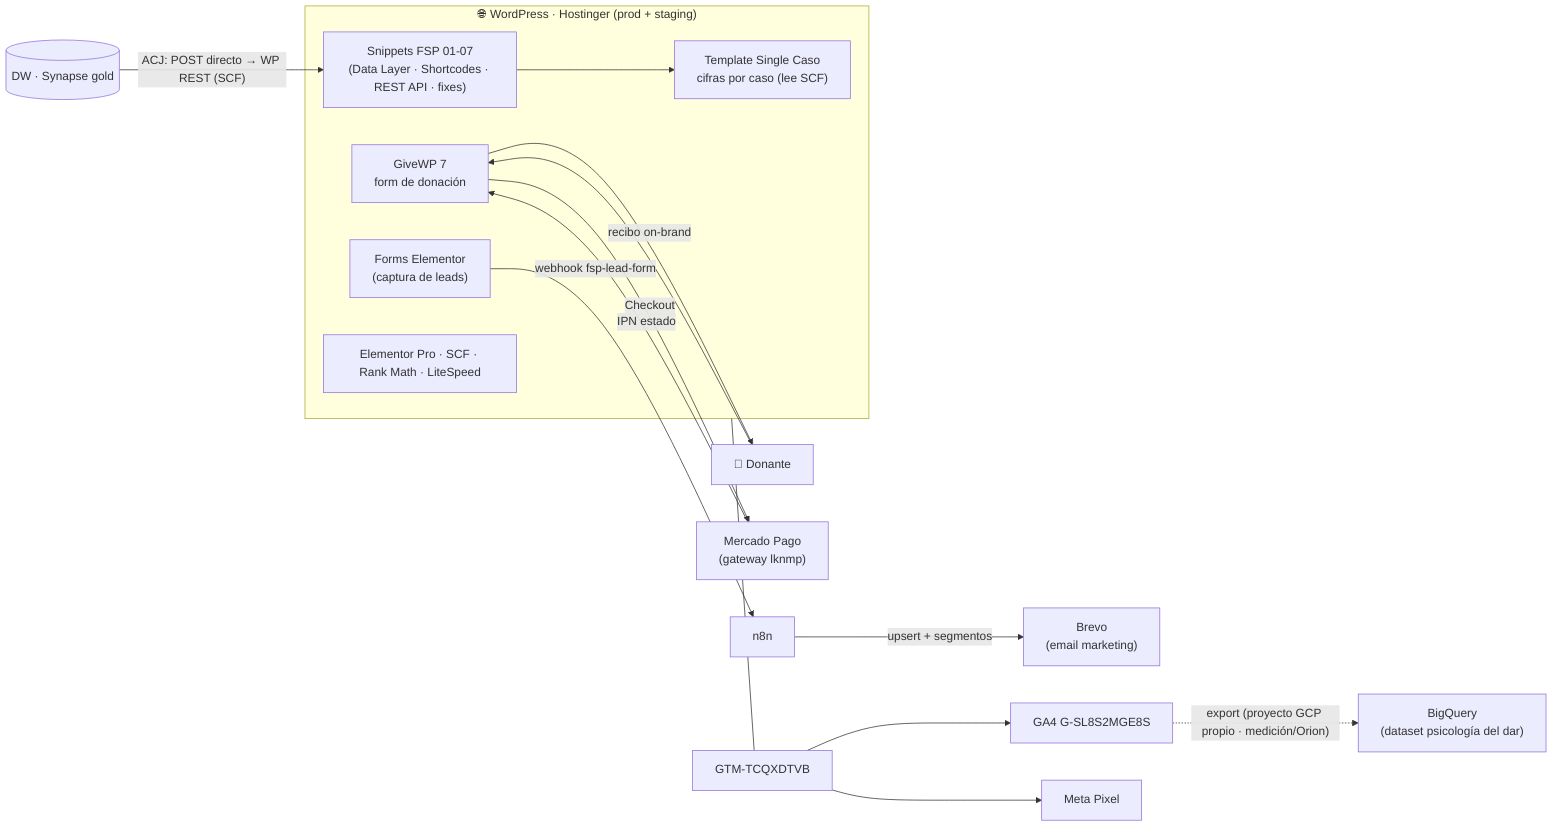
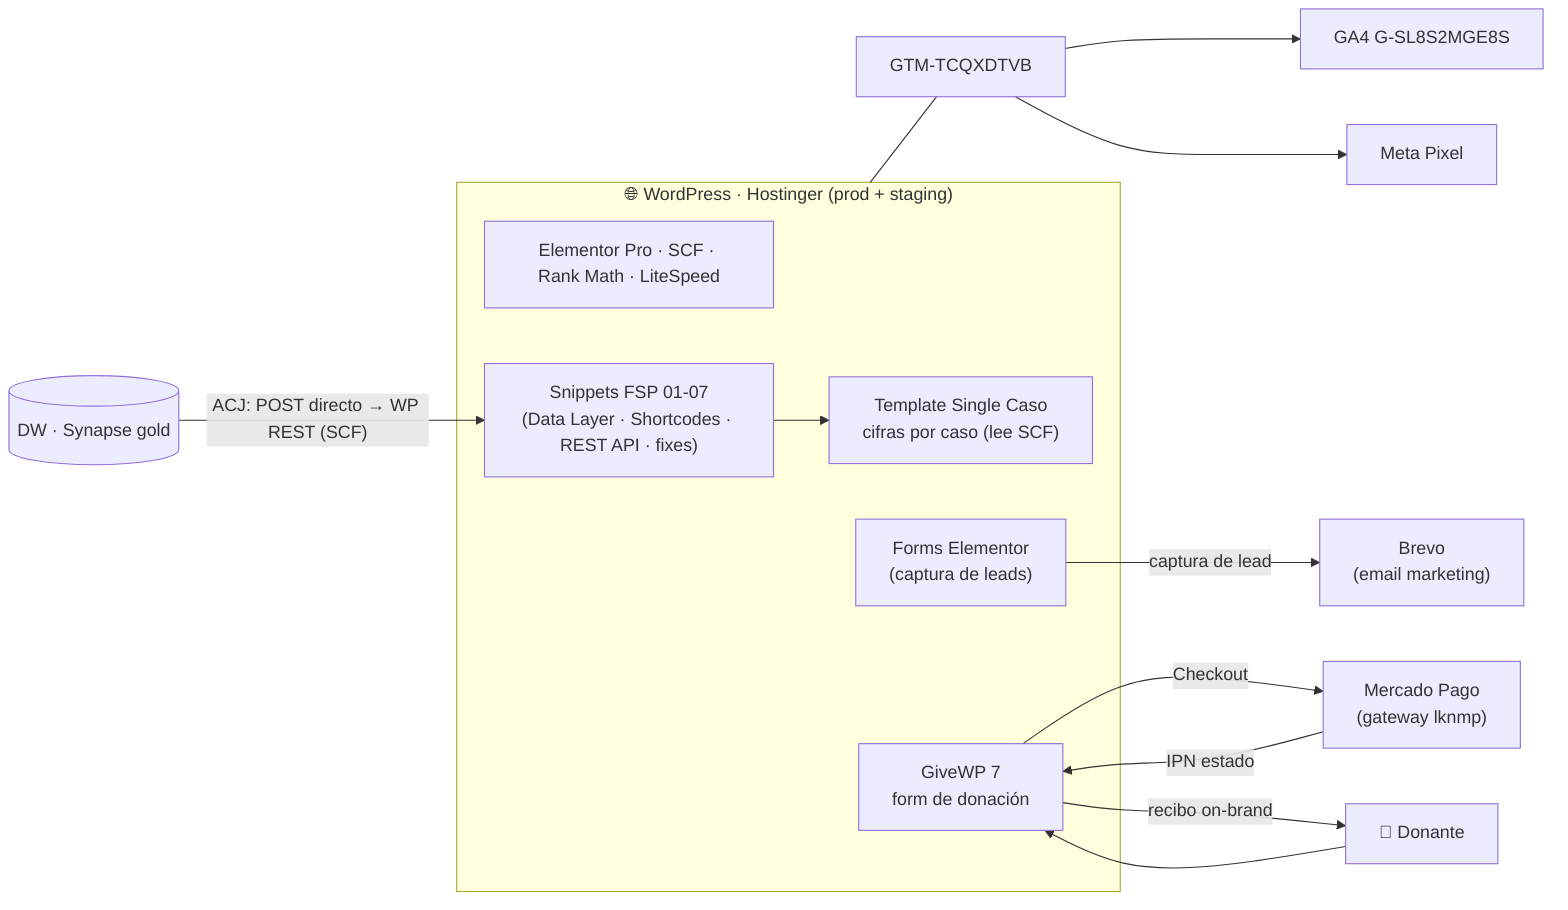
%% =====================================================================
%% A3.1 · Sistema Web Pública — salvandopatitas.org
%% Familia A (Arquitectura técnica) · Atlas de Sistema
%% Repo que documenta: salvandopatitas/wp-child-theme (WordPress)
%% -----------------------------------------------------------------
%% La vitrina pública: WordPress + Elementor en Hostinger. Es una
%% "vitrina pasiva" — lee cifras del DW vía SCF, no calcula nada.
%% Tres flujos: publicación de cifras (DW→WP), donación (GiveWP→MP),
- %% captura de leads (Forms→n8n→Brevo), y medición (GTM→GA4+Pixel).
+ %% captura de leads (Forms→Brevo), y medición (GTM→GA4+Pixel).
%% =====================================================================
flowchart LR

    subgraph WP["🌐 WordPress · Hostinger (prod + staging)"]
        CORE["Elementor Pro · SCF · Rank Math · LiteSpeed"]
        SNIP["Snippets FSP 01-07<br/>(Data Layer · Shortcodes · REST API · fixes)"]
        TPL["Template Single Caso<br/>cifras por caso (lee SCF)"]
        FORM["Forms Elementor<br/>(captura de leads)"]
        GIVE["GiveWP 7<br/>form de donación"]
    end

    %% --- 1 · Publicación de cifras (desde el DW) ---
    DW[("DW · Synapse gold")] -- "ACJ: POST directo → WP REST (SCF)" --> SNIP
    SNIP --> TPL

    %% --- 2 · Donación ---
    DONANTE["👤 Donante"] --> GIVE
    GIVE -- "Checkout" --> MP["Mercado Pago<br/>(gateway lknmp)"]
    MP -- "IPN estado" --> GIVE
    GIVE -- "recibo on-brand" --> DONANTE

    %% --- 3 · Leads ---
-     FORM -- "webhook fsp-lead-form" --> N8N["n8n"]
-     N8N -- "upsert + segmentos" --> BREVO["Brevo<br/>(email marketing)"]
+     FORM -- "captura de lead" --> BREVO["Brevo<br/>(email marketing)"]

    %% --- 4 · Medición ---
    GTM["GTM-TCQXDTVB"] --> GA4["GA4 G-SL8S2MGE8S"]
    GTM --> PIXEL["Meta Pixel"]
-     GA4 -. "export (proyecto GCP propio · medición/Orion)" .-> BQ["BigQuery<br/>(dataset psicología del dar)"]
    WP --- GTM
